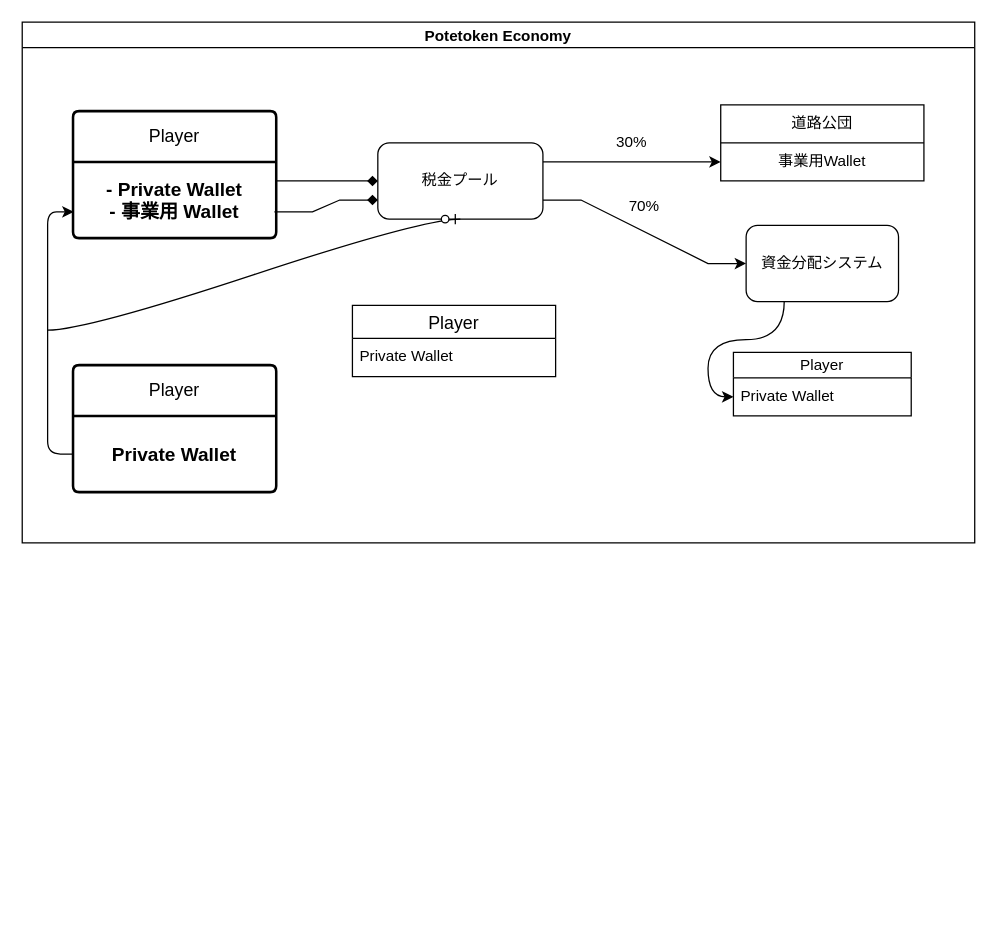
Before: economy.drawio in Poteto-Groove/Economy-Plugin-Flow, a draw.io diagram. Source tidied: cells renumbered, new cells numbered last; positions are measured from the earlier drawing's top-left corner, leaving out a move shared by most shapes. Both pictures are drawn from the tidied source at 127%, with x=0, y=0 at pixel (22, 22).
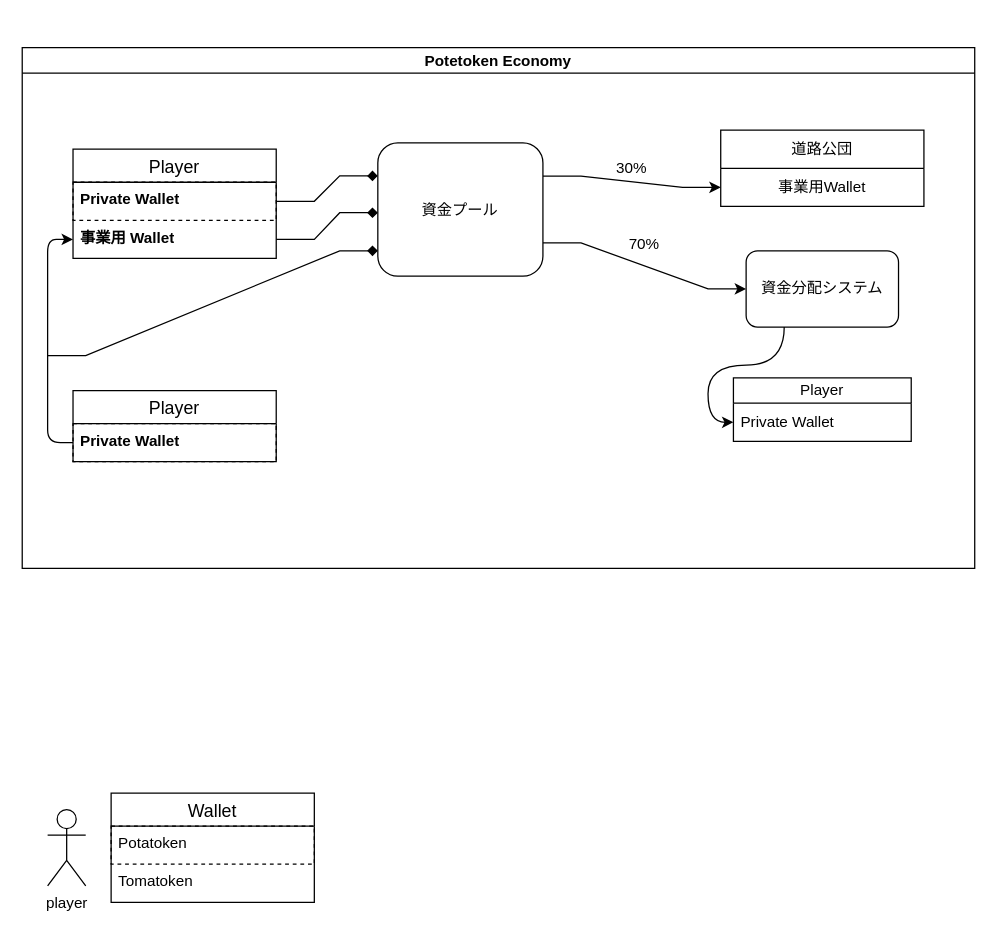
After the change.

Change to the diagram source:
```diff
@@
-    <mxCell id="4" value="税金プール" style="rounded=1;whiteSpace=wrap;html=1;" parent="1" vertex="1">
-      <mxGeometry x="280" y="95" width="130" height="60" as="geometry" />
+    <mxCell id="4" value="資金プール" style="rounded=1;whiteSpace=wrap;html=1;" parent="1" vertex="1">
+      <mxGeometry x="280" y="95" width="130" height="105" as="geometry" />
     </mxCell>
-    <mxCell id="5" style="edgeStyle=entityRelationEdgeStyle;rounded=0;jettySize=auto;html=1;exitX=1;exitY=0.25;exitDx=0;exitDy=0;entryX=0;entryY=0.5;entryDx=0;entryDy=0;endArrow=diamond;endFill=1;" parent="1" edge="1" source="19" target="4">
-      <mxGeometry relative="1" as="geometry" />
+    <mxCell id="5" style="edgeStyle=entityRelationEdgeStyle;rounded=0;jettySize=auto;html=1;exitX=1;exitY=0.5;exitDx=0;exitDy=0;endArrow=diamond;endFill=1;" parent="1" edge="1" source="25">
+      <mxGeometry relative="1" as="geometry">
+        <mxPoint x="280" y="121" as="targetPoint" />
+      </mxGeometry>
     </mxCell>
-    <mxCell id="6" style="edgeStyle=entityRelationEdgeStyle;rounded=0;jettySize=auto;html=1;exitX=0.991;exitY=0.655;exitDx=0;exitDy=0;entryX=0;entryY=0.75;entryDx=0;entryDy=0;startArrow=none;startFill=0;endArrow=diamond;endFill=1;exitPerimeter=0;" parent="1" edge="1" source="19" target="4">
-      <mxGeometry relative="1" as="geometry" />
+    <mxCell id="6" style="edgeStyle=entityRelationEdgeStyle;rounded=0;jettySize=auto;html=1;exitX=1;exitY=0.5;exitDx=0;exitDy=0;startArrow=none;startFill=0;endArrow=diamond;endFill=1;" parent="1" edge="1" source="26">
+      <mxGeometry relative="1" as="geometry">
+        <mxPoint x="280" y="150" as="targetPoint" />
+      </mxGeometry>
     </mxCell>
     <mxCell id="7" value="Potetoken Economy" style="swimlane;startSize=20;horizontal=1;horizontalTree=0;sortEdges=1;containerType=tree;fontSize=12;" parent="1" vertex="1">
-      <mxGeometry width="750" height="410" as="geometry" />
+      <mxGeometry y="20" width="750" height="410" as="geometry" />
     </mxCell>
@@
     <mxCell id="15" value="70%" style="text;html=1;whiteSpace=wrap;strokeColor=none;fillColor=none;align=center;verticalAlign=middle;rounded=0;" parent="7" vertex="1">
-      <mxGeometry x="460" y="130" width="60" height="30" as="geometry" />
+      <mxGeometry x="460" y="140" width="60" height="30" as="geometry" />
     </mxCell>
-    <mxCell id="16" value="Player" style="swimlane;horizontal=1;startSize=40;rounded=1;fontSize=14;fontStyle=0;strokeWidth=2;shadow=0;dashed=0;align=center;arcSize=4;whiteSpace=wrap;html=1;" parent="7" vertex="1">
-      <mxGeometry x="40" y="270" width="160" height="100" as="geometry" />
-    </mxCell>
-    <mxCell id="17" value="&lt;b&gt;&lt;font style=&quot;font-size: 15px;&quot;&gt;Private Wallet&lt;/font&gt;&lt;/b&gt;" style="text;html=1;whiteSpace=wrap;strokeColor=none;fillColor=none;align=center;verticalAlign=middle;rounded=0;" parent="16" vertex="1">
-      <mxGeometry y="40" width="160" height="60" as="geometry" />
-    </mxCell>
-    <mxCell id="18" value="Player" style="swimlane;horizontal=1;startSize=40;rounded=1;fontSize=14;fontStyle=0;strokeWidth=2;shadow=0;dashed=0;align=center;arcSize=4;whiteSpace=wrap;html=1;" parent="7" vertex="1">
-      <mxGeometry x="40" y="70" width="160" height="100" as="geometry" />
-    </mxCell>
-    <mxCell id="19" value="&lt;b&gt;&lt;font style=&quot;font-size: 15px;&quot;&gt;- Private Wallet&lt;br&gt;- 事業用 Wallet&lt;/font&gt;&lt;/b&gt;" style="text;html=1;whiteSpace=wrap;strokeColor=none;fillColor=none;align=center;verticalAlign=middle;rounded=0;" parent="18" vertex="1">
-      <mxGeometry y="40" width="160" height="60" as="geometry" />
-    </mxCell>
-    <mxCell id="20" style="edgeStyle=orthogonalEdgeStyle;rounded=1;jettySize=auto;html=1;exitX=0;exitY=0.5;exitDx=0;exitDy=0;entryX=0.003;entryY=0.655;entryDx=0;entryDy=0;entryPerimeter=0;curved=0;" parent="7" edge="1" source="17" target="19">
-      <mxGeometry relative="1" as="geometry">
-        <Array as="points">
-          <mxPoint x="20" y="340" />
-          <mxPoint x="20" y="149" />
-        </Array>
-      </mxGeometry>
-    </mxCell>
-    <mxCell id="21" style="edgeStyle=entityRelationEdgeStyle;fontSize=12;html=1;endArrow=ERzeroToOne;endFill=1;rounded=0;entryX=0.5;entryY=1;entryDx=0;entryDy=0;curved=1;" parent="7" edge="1" target="4">
+    <mxCell id="21" style="edgeStyle=entityRelationEdgeStyle;fontSize=12;html=1;endArrow=diamond;endFill=1;rounded=0;curved=0;" parent="7" edge="1">
       <mxGeometry relative="1" as="geometry">
         <mxPoint x="20" y="242.5" as="sourcePoint" />
+        <mxPoint x="280" y="160" as="targetPoint" />
       </mxGeometry>
     </mxCell>
-    <mxCell id="22" value="Player" style="swimlane;fontStyle=0;horizontal=1;startSize=26;align=center;fontSize=14;" parent="1" vertex="1">
-      <mxGeometry x="260" y="223" width="160" height="56" as="geometry" />
-    </mxCell>
-    <mxCell id="23" value="Private Wallet" style="text;strokeColor=none;fillColor=none;spacingLeft=4;spacingRight=4;overflow=hidden;fontSize=12;whiteSpace=wrap;html=1;" parent="22" vertex="1">
-      <mxGeometry y="26" width="160" height="30" as="geometry" />
-    </mxCell>
+    <mxCell id="24" value="Player" style="swimlane;fontStyle=0;horizontal=1;startSize=26;align=center;fontSize=14;" parent="7" vertex="1">
+      <mxGeometry x="40" y="80" width="160" height="86" as="geometry" />
+    </mxCell>
+    <mxCell id="25" value="Private Wallet" style="text;strokeColor=default;fillColor=none;spacingLeft=4;spacingRight=4;overflow=hidden;points=[[0,0.5],[1,0.5]];portConstraint=eastwest;fontSize=12;whiteSpace=wrap;html=1;fontStyle=1;dashed=1;" parent="24" vertex="1">
+      <mxGeometry y="26" width="160" height="30" as="geometry" />
+    </mxCell>
+    <mxCell id="26" value="事業用 Wallet" style="text;strokeColor=none;fillColor=none;spacingLeft=4;spacingRight=4;overflow=hidden;points=[[0,0.5],[1,0.5]];portConstraint=eastwest;fontSize=12;whiteSpace=wrap;html=1;fontStyle=1;" parent="24" vertex="1">
+      <mxGeometry y="56" width="160" height="30" as="geometry" />
+    </mxCell>
+    <mxCell id="27" value="Player" style="swimlane;fontStyle=0;horizontal=1;startSize=26;align=center;fontSize=14;" parent="7" vertex="1">
+      <mxGeometry x="40" y="270" width="160" height="56" as="geometry" />
+    </mxCell>
+    <mxCell id="28" value="Private Wallet" style="text;strokeColor=default;fillColor=none;spacingLeft=4;spacingRight=4;overflow=hidden;points=[[0,0.5],[1,0.5]];portConstraint=eastwest;fontSize=12;whiteSpace=wrap;html=1;fontStyle=1;dashed=1;" parent="27" vertex="1">
+      <mxGeometry y="26" width="160" height="30" as="geometry" />
+    </mxCell>
+    <mxCell id="29" style="edgeStyle=orthogonalEdgeStyle;rounded=1;jettySize=auto;html=1;exitX=0;exitY=0.5;exitDx=0;exitDy=0;entryX=0;entryY=0.5;entryDx=0;entryDy=0;curved=0;" parent="7" edge="1" source="28" target="26">
+      <mxGeometry relative="1" as="geometry" />
+    </mxCell>
+    <mxCell id="30" value="&lt;div&gt;player&lt;/div&gt;" style="shape=umlActor;verticalLabelPosition=bottom;verticalAlign=top;html=1;" parent="1" vertex="1">
+      <mxGeometry x="20" y="620" width="30" height="60" as="geometry" />
+    </mxCell>
+    <mxCell id="31" value="Wallet" style="swimlane;fontStyle=0;horizontal=1;startSize=26;align=center;fontSize=14;" parent="1" vertex="1">
+      <mxGeometry x="70" y="607" width="160" height="86" as="geometry" />
+    </mxCell>
+    <mxCell id="32" value="Potatoken" style="text;strokeColor=default;fillColor=none;spacingLeft=4;spacingRight=4;overflow=hidden;fontSize=12;whiteSpace=wrap;html=1;dashed=1;" parent="31" vertex="1">
+      <mxGeometry y="26" width="160" height="30" as="geometry" />
+    </mxCell>
+    <mxCell id="33" value="Tomatoken" style="text;strokeColor=none;fillColor=none;spacingLeft=4;spacingRight=4;overflow=hidden;fontSize=12;whiteSpace=wrap;html=1;" parent="31" vertex="1">
+      <mxGeometry y="56" width="160" height="30" as="geometry" />
+    </mxCell>
```
